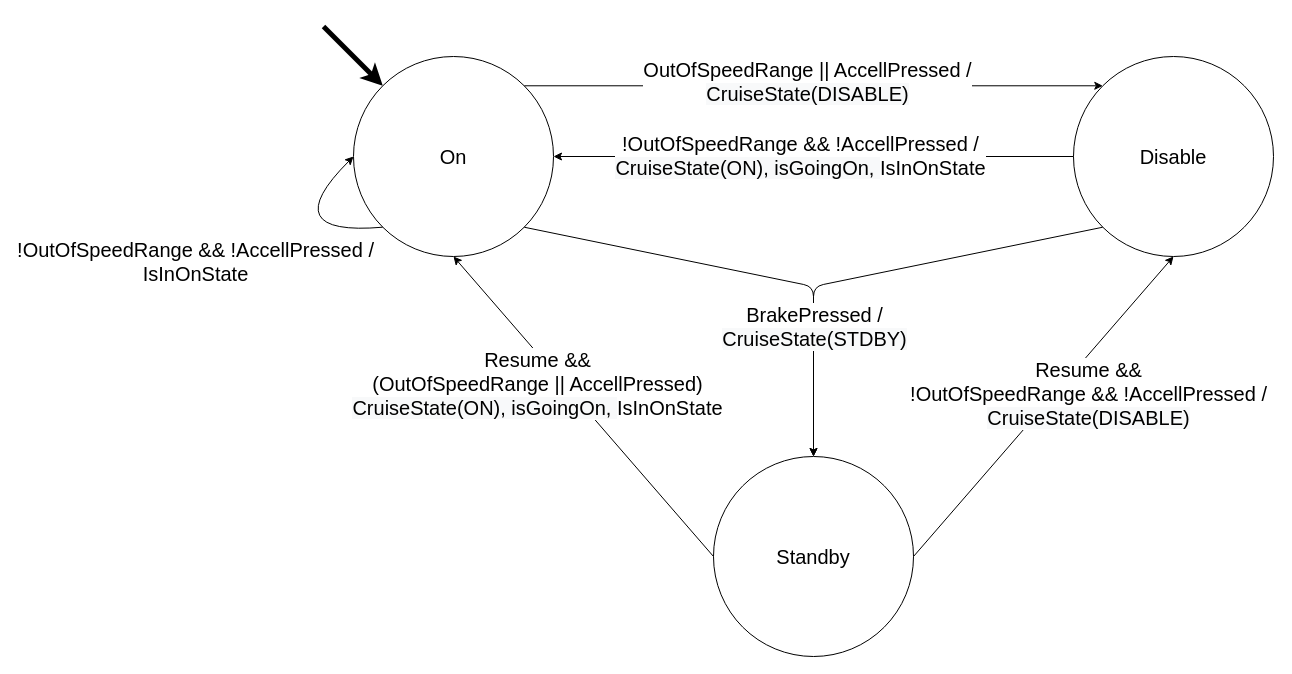
Before: Diagrams/FSMs/Cruise_Control_Active_FSM.drawio in jacoballen4534/Cruise-Controller, a draw.io diagram. Source tidied: cells renumbered, new cells numbered last; positions are measured from the earlier drawing's top-left corner, leaving out a move shared by most shapes. Both pictures are drawn from the tidied source at 100%, with x=0, y=0 at pixel (273, 26).
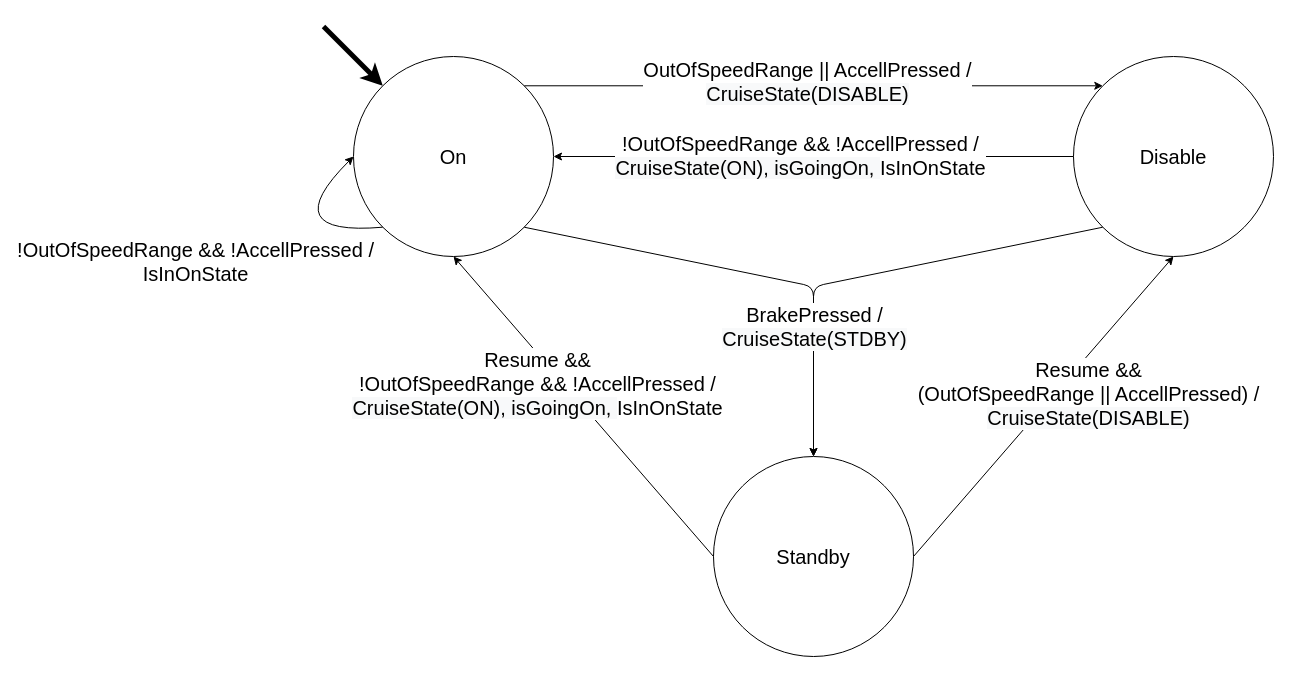
The same page after the edit.

The change refers to these unchanged cells:
```xml
<mxCell id="12" style="endArrow=classic;html=1;exitX=0;exitY=0.5;exitDx=0;exitDy=0;entryX=0.5;entryY=1;entryDx=0;entryDy=0;" parent="1" edge="1" source="4" target="2">
  <mxGeometry relative="1" as="geometry" />
</mxCell>
<mxCell id="14" style="endArrow=classic;html=1;entryX=0.5;entryY=1;entryDx=0;entryDy=0;exitX=1;exitY=0.5;exitDx=0;exitDy=0;" parent="1" edge="1" source="4" target="3">
  <mxGeometry relative="1" as="geometry" />
</mxCell>
```

Diff of the diagram source:
```diff
@@
-    <mxCell id="13" value="&lt;font style=&quot;font-size: 20px&quot;&gt;Resume &amp;amp;&amp;amp;&lt;br&gt;(OutOfSpeedRange&amp;nbsp;|| AccellPressed)&lt;br&gt;&lt;span style=&quot;background-color: rgb(248 , 249 , 250)&quot;&gt;CruiseState(ON), isGoingOn,&amp;nbsp;&lt;/span&gt;IsInOnState&lt;br&gt;&lt;/font&gt;" style="edgeLabel;html=1;align=center;verticalAlign=middle;" parent="12" vertex="1">
+    <mxCell id="13" value="&lt;font style=&quot;font-size: 20px&quot;&gt;Resume &amp;amp;&amp;amp;&lt;br&gt;!OutOfSpeedRange&amp;nbsp;&amp;amp;&amp;amp; !AccellPressed /&lt;br&gt;&lt;span style=&quot;background-color: rgb(248 , 249 , 250)&quot;&gt;CruiseState(ON), isGoingOn,&amp;nbsp;&lt;/span&gt;IsInOnState&lt;br&gt;&lt;/font&gt;" style="edgeLabel;html=1;align=center;verticalAlign=middle;" parent="12" vertex="1">
       <mxGeometry x="0.15" y="-2" relative="1" as="geometry">
         <mxPoint x="-28.2" as="offset" />
       </mxGeometry>
     </mxCell>
@@
-    <mxCell id="15" value="&lt;font style=&quot;font-size: 20px&quot;&gt;Resume &amp;amp;&amp;amp;&lt;br&gt;!OutOfSpeedRange&amp;nbsp;&amp;amp;&amp;amp; !AccellPressed /&lt;br&gt;&lt;span style=&quot;background-color: rgb(248 , 249 , 250)&quot;&gt;CruiseState(DISABLE)&lt;/span&gt;&lt;br&gt;&lt;/font&gt;" style="edgeLabel;html=1;align=center;verticalAlign=middle;" parent="14" vertex="1">
+    <mxCell id="15" value="&lt;font style=&quot;font-size: 20px&quot;&gt;Resume &amp;amp;&amp;amp;&lt;br&gt;(OutOfSpeedRange&amp;nbsp;|| AccellPressed) /&lt;br&gt;&lt;span style=&quot;background-color: rgb(248 , 249 , 250)&quot;&gt;CruiseState(DISABLE)&lt;/span&gt;&lt;br&gt;&lt;/font&gt;" style="edgeLabel;html=1;align=center;verticalAlign=middle;" parent="14" vertex="1">
       <mxGeometry x="0.12" y="-6" relative="1" as="geometry">
         <mxPoint x="24.5" as="offset" />
       </mxGeometry>
     </mxCell>
```
